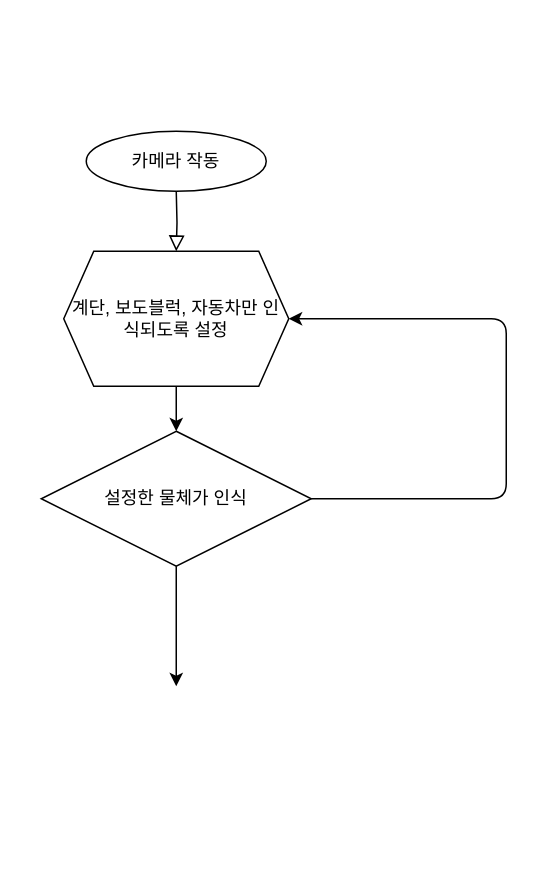
Earlier version of the draw.io diagram Untitled Diagram.drawio (alszun/alszun). Source tidied: cells renumbered, new cells numbered last; positions are measured from the earlier drawing's top-left corner, leaving out a move shared by most shapes. Both pictures are drawn from the tidied source at 150%, with x=0, y=0 at pixel (40, 130).
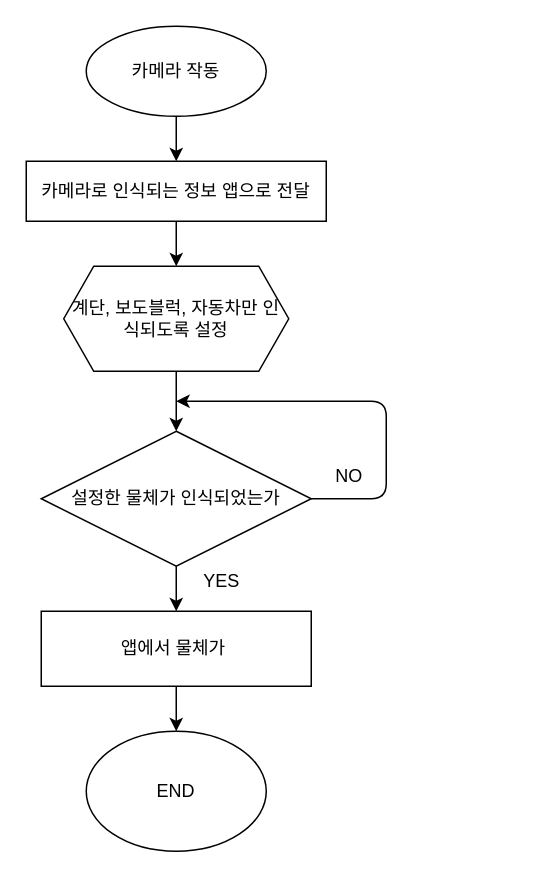
The same page after the edit.

What changed in the source:
```diff
@@
 <mxGraphModel>
   <root>
     <mxCell id="0" />
     <mxCell id="1" parent="0" />
-    <mxCell id="2" style="rounded=0;html=1;jettySize=auto;fontSize=11;endArrow=block;endFill=0;endSize=8;strokeWidth=1;shadow=0;labelBackgroundColor=none;edgeStyle=orthogonalEdgeStyle;entryX=0.5;entryY=0;entryDx=0;entryDy=0;" parent="1" edge="1" target="5">
-      <mxGeometry relative="1" as="geometry">
-        <mxPoint x="90" y="40" as="sourcePoint" />
-      </mxGeometry>
-    </mxCell>
-    <mxCell id="3" value="카메라 작동" style="ellipse;whiteSpace=wrap;html=1;" parent="1" vertex="1">
-      <mxGeometry x="30" width="120" height="40" as="geometry" />
-    </mxCell>
-    <mxCell id="4" value="설정한 물체가 인식" style="rhombus;whiteSpace=wrap;html=1;" parent="1" vertex="1">
+    <mxCell id="4" value="설정한 물체가 인식되었는가" style="rhombus;whiteSpace=wrap;html=1;" parent="1" vertex="1">
       <mxGeometry y="200" width="180" height="90" as="geometry" />
     </mxCell>
     <mxCell id="5" value="계단, 보도블럭, 자동차만 인식되도록 설정" style="shape=hexagon;perimeter=hexagonPerimeter2;whiteSpace=wrap;html=1;fixedSize=1;" parent="1" vertex="1">
-      <mxGeometry x="15" y="80" width="150" height="90" as="geometry" />
+      <mxGeometry x="15" y="90" width="150" height="70" as="geometry" />
     </mxCell>
     <mxCell id="6" style="endArrow=classic;html=1;exitX=0.5;exitY=1;exitDx=0;exitDy=0;entryX=0.5;entryY=0;entryDx=0;entryDy=0;" parent="1" edge="1" source="5" target="4">
       <mxGeometry relative="1" as="geometry" />
     </mxCell>
-    <mxCell id="7" style="endArrow=classic;html=1;exitX=1;exitY=0.5;exitDx=0;exitDy=0;entryX=1;entryY=0.5;entryDx=0;entryDy=0;" parent="1" edge="1" source="4" target="5">
+    <mxCell id="7" style="endArrow=classic;html=1;exitX=1;exitY=0.5;exitDx=0;exitDy=0;" parent="1" edge="1" source="4">
       <mxGeometry relative="1" as="geometry">
+        <mxPoint x="90" y="180" as="targetPoint" />
         <Array as="points">
-          <mxPoint x="310" y="245" />
-          <mxPoint x="310" y="125" />
+          <mxPoint x="200" y="245" />
+          <mxPoint x="230" y="245" />
+          <mxPoint x="230" y="180" />
         </Array>
       </mxGeometry>
     </mxCell>
-    <mxCell id="8" style="endArrow=classic;html=1;exitX=0.5;exitY=1;exitDx=0;exitDy=0;" parent="1" edge="1" source="4">
-      <mxGeometry relative="1" as="geometry">
-        <mxPoint x="90" y="370" as="targetPoint" />
-      </mxGeometry>
+    <mxCell id="8" style="endArrow=classic;html=1;exitX=0.5;exitY=1;exitDx=0;exitDy=0;entryX=0.5;entryY=0;entryDx=0;entryDy=0;" parent="1" edge="1" source="4" target="11">
+      <mxGeometry relative="1" as="geometry" />
     </mxCell>
+    <mxCell id="9" value="YES" style="text;html=1;align=center;verticalAlign=middle;fillColor=none;strokeColor=none;rounded=0;" parent="1" vertex="1">
+      <mxGeometry x="100" y="290" width="40" height="20" as="geometry" />
+    </mxCell>
+    <mxCell id="10" value="NO" style="text;html=1;align=center;verticalAlign=middle;fillColor=none;strokeColor=none;rounded=0;" parent="1" vertex="1">
+      <mxGeometry x="190" y="220" width="30" height="20" as="geometry" />
+    </mxCell>
+    <mxCell id="11" value="앱에서 물체가&amp;nbsp;" style="rounded=0;whiteSpace=wrap;html=1;" parent="1" vertex="1">
+      <mxGeometry y="320" width="180" height="50" as="geometry" />
+    </mxCell>
+    <mxCell id="12" value="END" style="ellipse;whiteSpace=wrap;html=1;" parent="1" vertex="1">
+      <mxGeometry x="30" y="400" width="120" height="80" as="geometry" />
+    </mxCell>
+    <mxCell id="13" style="endArrow=classic;html=1;exitX=0.5;exitY=1;exitDx=0;exitDy=0;" parent="1" edge="1" source="11" target="12">
+      <mxGeometry relative="1" as="geometry" />
+    </mxCell>
+    <mxCell id="3" value="카메라 작동" style="ellipse;whiteSpace=wrap;html=1;" parent="1" vertex="1">
+      <mxGeometry x="30" y="-70" width="120" height="60" as="geometry" />
+    </mxCell>
+    <mxCell id="14" value="카메라로 인식되는 정보 앱으로 전달" style="rounded=0;whiteSpace=wrap;html=1;" parent="1" vertex="1">
+      <mxGeometry x="-10" y="20" width="200" height="40" as="geometry" />
+    </mxCell>
+    <mxCell id="15" style="endArrow=classic;html=1;exitX=0.5;exitY=1;exitDx=0;exitDy=0;entryX=0.5;entryY=0;entryDx=0;entryDy=0;" parent="1" edge="1" source="3" target="14">
+      <mxGeometry relative="1" as="geometry" />
+    </mxCell>
+    <mxCell id="16" style="endArrow=classic;html=1;exitX=0.5;exitY=1;exitDx=0;exitDy=0;entryX=0.5;entryY=0;entryDx=0;entryDy=0;" parent="1" edge="1" source="14" target="5">
+      <mxGeometry relative="1" as="geometry" />
+    </mxCell>
   </root>
 </mxGraphModel>
```
